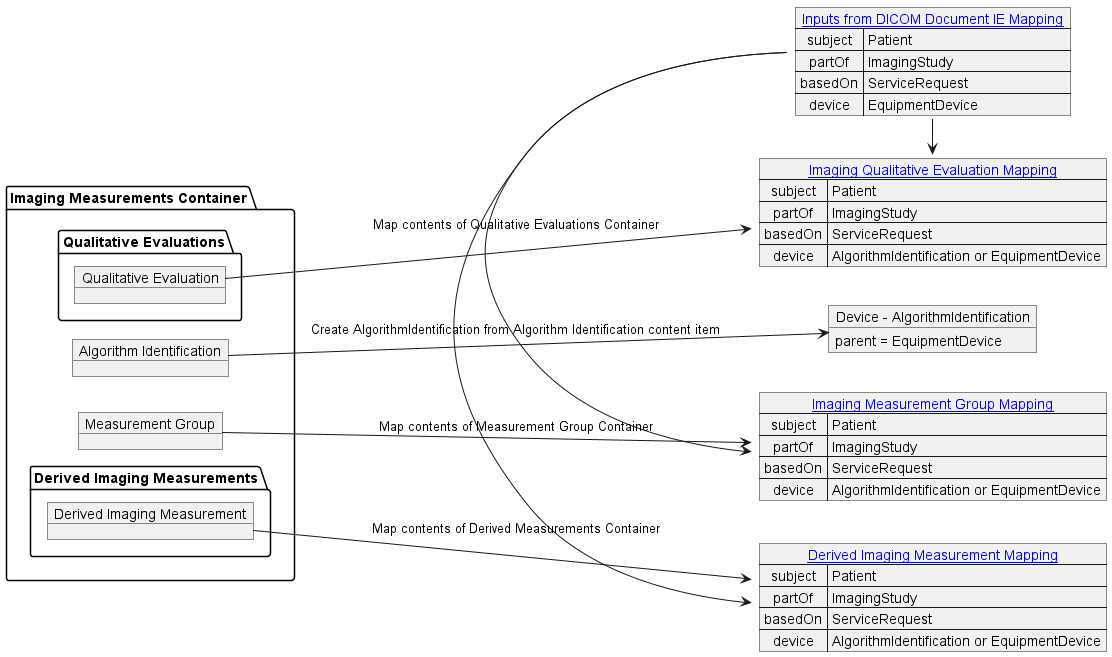
Above: input/images/imaging_measurements_container_mapping.png in HL7/dicom-sr (PlantUML), before the change.
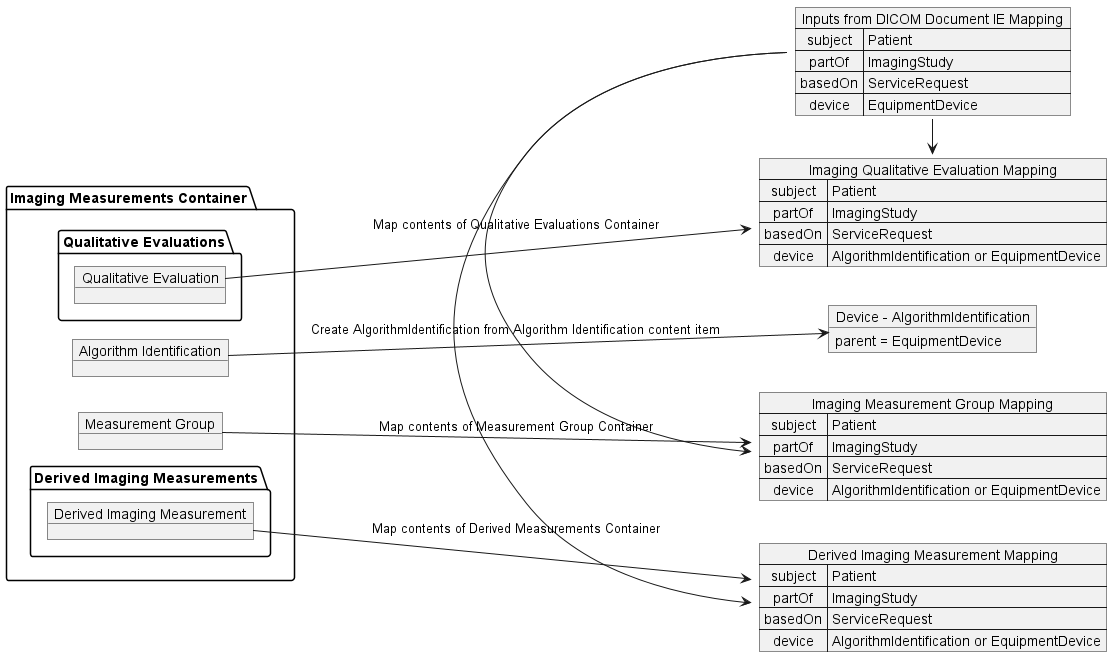
The same diagram one commit later.

What changed in the source:
```diff
@@ -1,7 +1,7 @@
 @startuml imaging_measurements_container_mapping
 left to right direction
 
-map "[[mapping.html#document-ie-mapping Inputs from DICOM Document IE Mapping]]" as inputs {
+map "Inputs from DICOM Document IE Mapping" as inputs {
    subject => Patient
    partOf => ImagingStudy
    basedOn => ServiceRequest
@@ -25,21 +25,21 @@
 
 algorithm --> AlgorithmIdentification: Create AlgorithmIdentification from Algorithm Identification content item
 
-map "[[mapping.html#imaging-measurement-group-mapping Imaging Measurement Group Mapping]]" as measurementGroupMap {
+map "Imaging Measurement Group Mapping" as measurementGroupMap {
     subject => Patient
     partOf => ImagingStudy
     basedOn => ServiceRequest
     device => AlgorithmIdentification or EquipmentDevice
 }
 
-map "[[mapping.html#derived-imaging-measurement-mapping Derived Imaging Measurement Mapping]]" as derivedMeasurementsMap {
+map "Derived Imaging Measurement Mapping" as derivedMeasurementsMap {
     subject => Patient
     partOf => ImagingStudy
     basedOn => ServiceRequest
     device => AlgorithmIdentification or EquipmentDevice
 }
 
-map "[[mapping.html#imaging-qualitative-evaluation-mapping Imaging Qualitative Evaluation Mapping]]" as qualitativeEvaluationsMap {
+map "Imaging Qualitative Evaluation Mapping" as qualitativeEvaluationsMap {
     subject => Patient
     partOf => ImagingStudy
     basedOn => ServiceRequest
```
